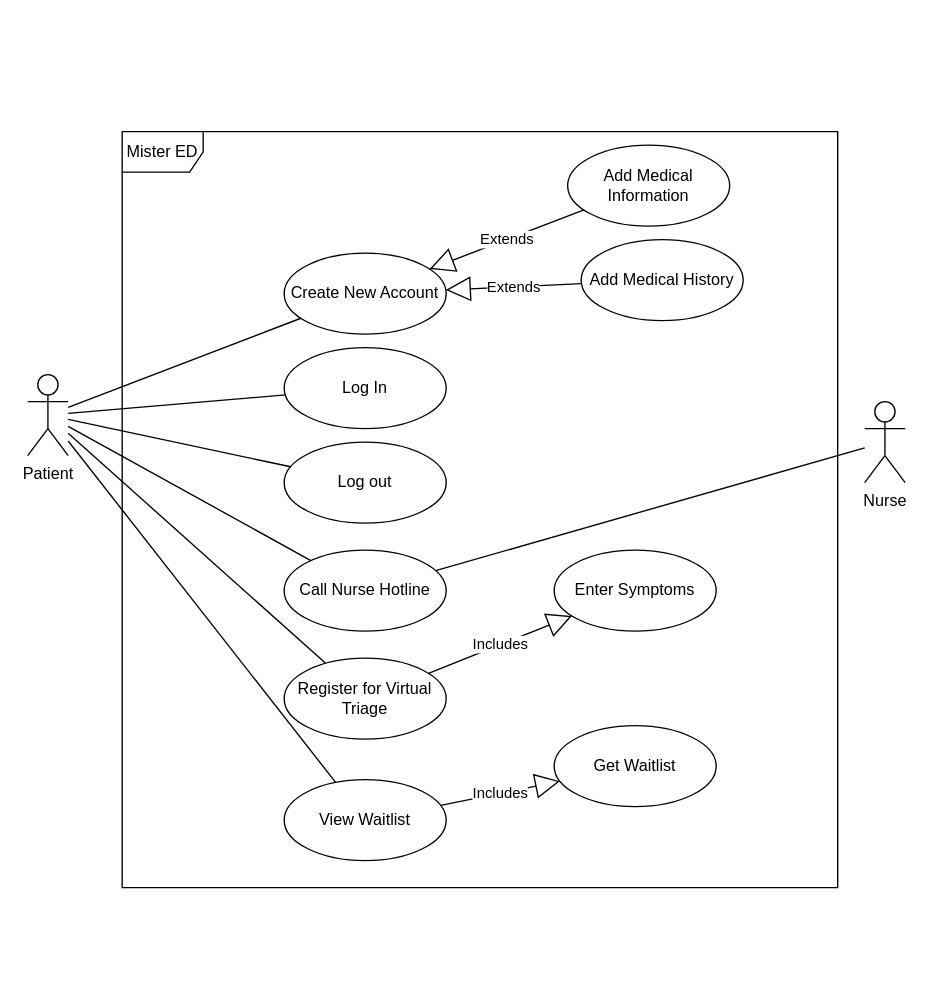
This is Notification_UseCaseDiagram.drawio from SENG-350-2024-fall/Team9, a draw.io file, before an edit. Source tidied: cells renumbered, new cells numbered last; positions are measured from the earlier drawing's top-left corner, leaving out a move shared by most shapes. Both pictures are drawn from the tidied source at 135%, with x=0, y=0 at pixel (27, 131).
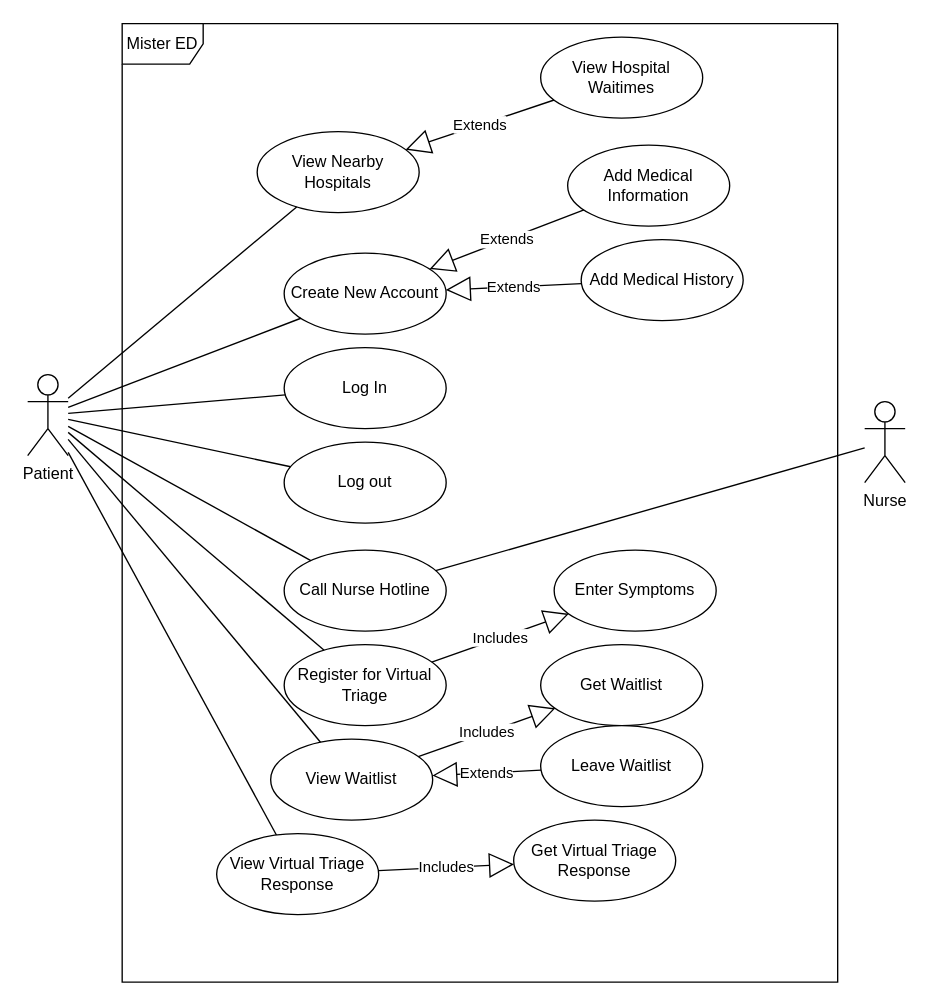
After the change.

Unchanged cells that the change refers to:
```xml
<mxCell id="2" value="Patient" style="shape=umlActor;verticalLabelPosition=bottom;verticalAlign=top;html=1;outlineConnect=0;" parent="1" vertex="1">
  <mxGeometry y="180" width="30" height="60" as="geometry" />
</mxCell>
```

Diff of the diagram source:
```diff
@@
     <mxCell id="17" value="Register for Virtual Triage" style="ellipse;whiteSpace=wrap;html=1;" parent="1" vertex="1">
-      <mxGeometry x="190" y="390" width="120" height="60" as="geometry" />
+      <mxGeometry x="190" y="380" width="120" height="60" as="geometry" />
     </mxCell>
@@
     <mxCell id="21" value="View Waitlist" style="ellipse;whiteSpace=wrap;html=1;" parent="1" vertex="1">
-      <mxGeometry x="190" y="480" width="120" height="60" as="geometry" />
+      <mxGeometry x="180" y="450" width="120" height="60" as="geometry" />
     </mxCell>
@@
     <mxCell id="23" value="Get Waitlist" style="ellipse;whiteSpace=wrap;html=1;" parent="1" vertex="1">
-      <mxGeometry x="390" y="440" width="120" height="60" as="geometry" />
+      <mxGeometry x="380" y="380" width="120" height="60" as="geometry" />
     </mxCell>
@@
     <mxCell id="25" value="Mister ED" style="shape=umlFrame;whiteSpace=wrap;html=1;" parent="1" vertex="1">
-      <mxGeometry x="70" width="530" height="560" as="geometry" />
+      <mxGeometry x="70" y="-80" width="530" height="710" as="geometry" />
     </mxCell>
+    <mxCell id="26" value="View Virtual Triage Response" style="ellipse;whiteSpace=wrap;html=1;" parent="1" vertex="1">
+      <mxGeometry x="140" y="520" width="120" height="60" as="geometry" />
+    </mxCell>
+    <mxCell id="27" style="endArrow=none;html=1;rounded=0;" parent="1" edge="1" source="2" target="26">
+      <mxGeometry relative="1" as="geometry" />
+    </mxCell>
+    <mxCell id="28" value="Get Virtual Triage Response" style="ellipse;whiteSpace=wrap;html=1;" parent="1" vertex="1">
+      <mxGeometry x="360" y="510" width="120" height="60" as="geometry" />
+    </mxCell>
+    <mxCell id="29" value="Includes" style="endArrow=block;endSize=16;endFill=0;html=1;rounded=0;" parent="1" edge="1" source="26" target="28">
+      <mxGeometry relative="1" as="geometry" />
+    </mxCell>
+    <mxCell id="30" value="View Nearby Hospitals" style="ellipse;whiteSpace=wrap;html=1;" parent="1" vertex="1">
+      <mxGeometry x="170" width="120" height="60" as="geometry" />
+    </mxCell>
+    <mxCell id="31" style="endArrow=none;html=1;rounded=0;" parent="1" edge="1" source="2" target="30">
+      <mxGeometry relative="1" as="geometry" />
+    </mxCell>
+    <mxCell id="32" value="View Hospital Waitimes" style="ellipse;whiteSpace=wrap;html=1;" parent="1" vertex="1">
+      <mxGeometry x="380" y="-70" width="120" height="60" as="geometry" />
+    </mxCell>
+    <mxCell id="33" value="Extends" style="endArrow=block;endSize=16;endFill=0;html=1;rounded=0;" parent="1" edge="1" source="32" target="30">
+      <mxGeometry relative="1" as="geometry" />
+    </mxCell>
+    <mxCell id="34" value="Leave Waitlist" style="ellipse;whiteSpace=wrap;html=1;" parent="1" vertex="1">
+      <mxGeometry x="380" y="440" width="120" height="60" as="geometry" />
+    </mxCell>
+    <mxCell id="35" value="Extends" style="endArrow=block;endSize=16;endFill=0;html=1;rounded=0;" parent="1" edge="1" source="34" target="21">
+      <mxGeometry relative="1" as="geometry" />
+    </mxCell>
```
